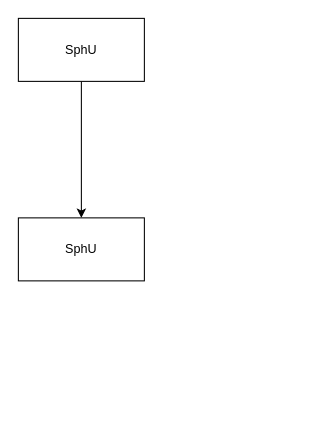
teaho2015-blog/sentinel-learning keeps this draw.io diagram as book/sentinel_core_process_logic_flow.drawio. Above is the earlier version. Source tidied: cells renumbered, new cells numbered last; positions are measured from the earlier drawing's top-left corner, leaving out a move shared by most shapes. Both pictures are drawn from the tidied source at 105%, with x=0, y=0 at pixel (18, 18).
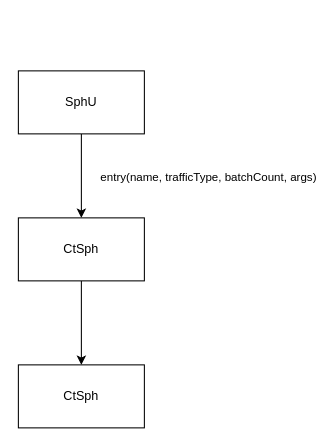
The same page after the edit.

Change to the diagram source:
```diff
@@
 <mxGraphModel>
   <root>
     <mxCell id="0" />
     <mxCell id="1" parent="0" />
     <mxCell id="2" style="edgeStyle=orthogonalEdgeStyle;rounded=0;jettySize=auto;html=1;" parent="1" edge="1" source="3" target="4">
       <mxGeometry relative="1" as="geometry" />
     </mxCell>
+    <mxCell id="5" value="entry(name, trafficType, batchCount, args)" style="edgeLabel;html=1;align=center;verticalAlign=middle;" parent="2" vertex="1">
+      <mxGeometry x="-0.15" y="-2" relative="1" as="geometry">
+        <mxPoint x="122" y="6" as="offset" />
+      </mxGeometry>
+    </mxCell>
     <mxCell id="3" value="SphU" style="rounded=0;whiteSpace=wrap;html=1;" parent="1" vertex="1">
-      <mxGeometry width="120" height="60" as="geometry" />
+      <mxGeometry y="50" width="120" height="60" as="geometry" />
     </mxCell>
+    <mxCell id="6" style="edgeStyle=orthogonalEdgeStyle;rounded=0;jettySize=auto;html=1;" parent="1" edge="1" source="4" target="7">
+      <mxGeometry relative="1" as="geometry" />
+    </mxCell>
-    <mxCell id="4" value="SphU" style="rounded=0;whiteSpace=wrap;html=1;" parent="1" vertex="1">
+    <mxCell id="4" value="CtSph" style="rounded=0;whiteSpace=wrap;html=1;" parent="1" vertex="1">
       <mxGeometry y="190" width="120" height="60" as="geometry" />
     </mxCell>
+    <mxCell id="7" value="CtSph" style="rounded=0;whiteSpace=wrap;html=1;" parent="1" vertex="1">
+      <mxGeometry y="330" width="120" height="60" as="geometry" />
+    </mxCell>
   </root>
 </mxGraphModel>
```
